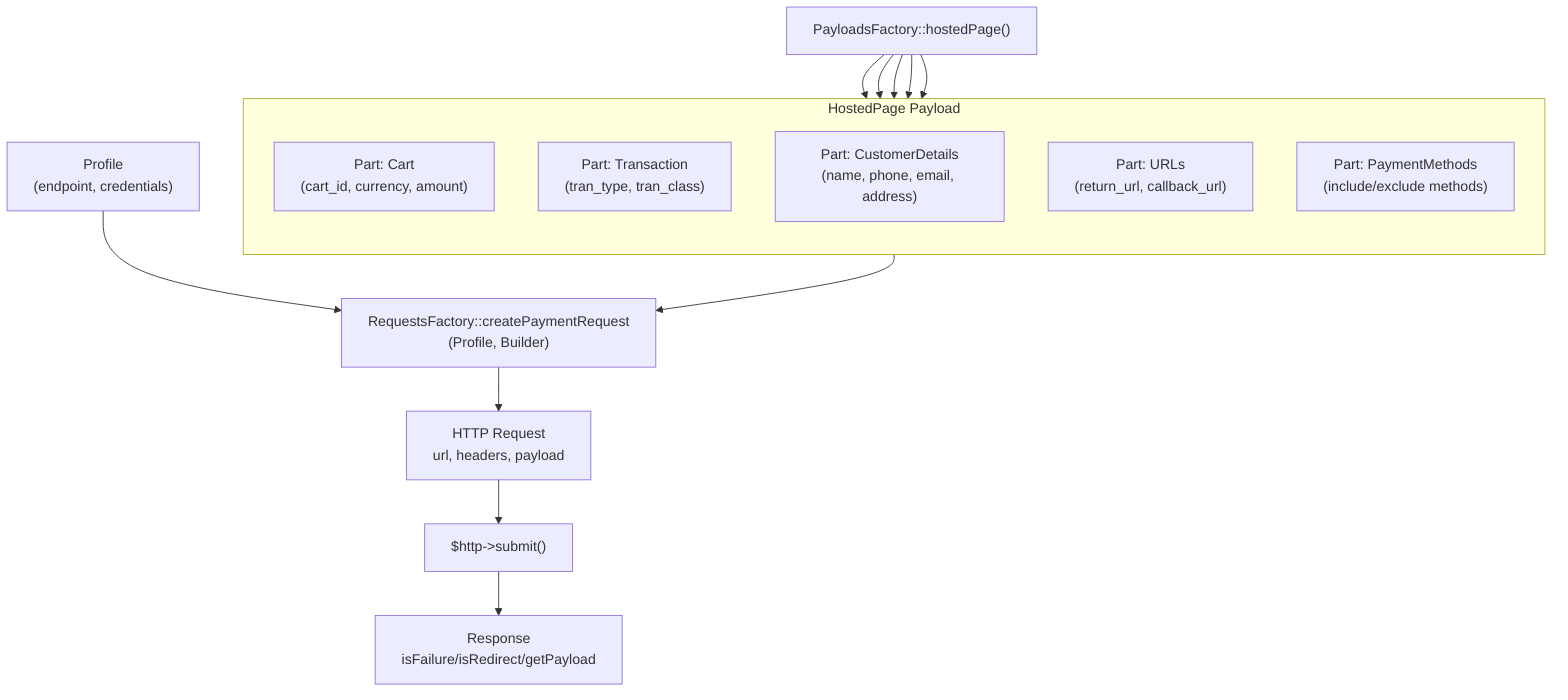
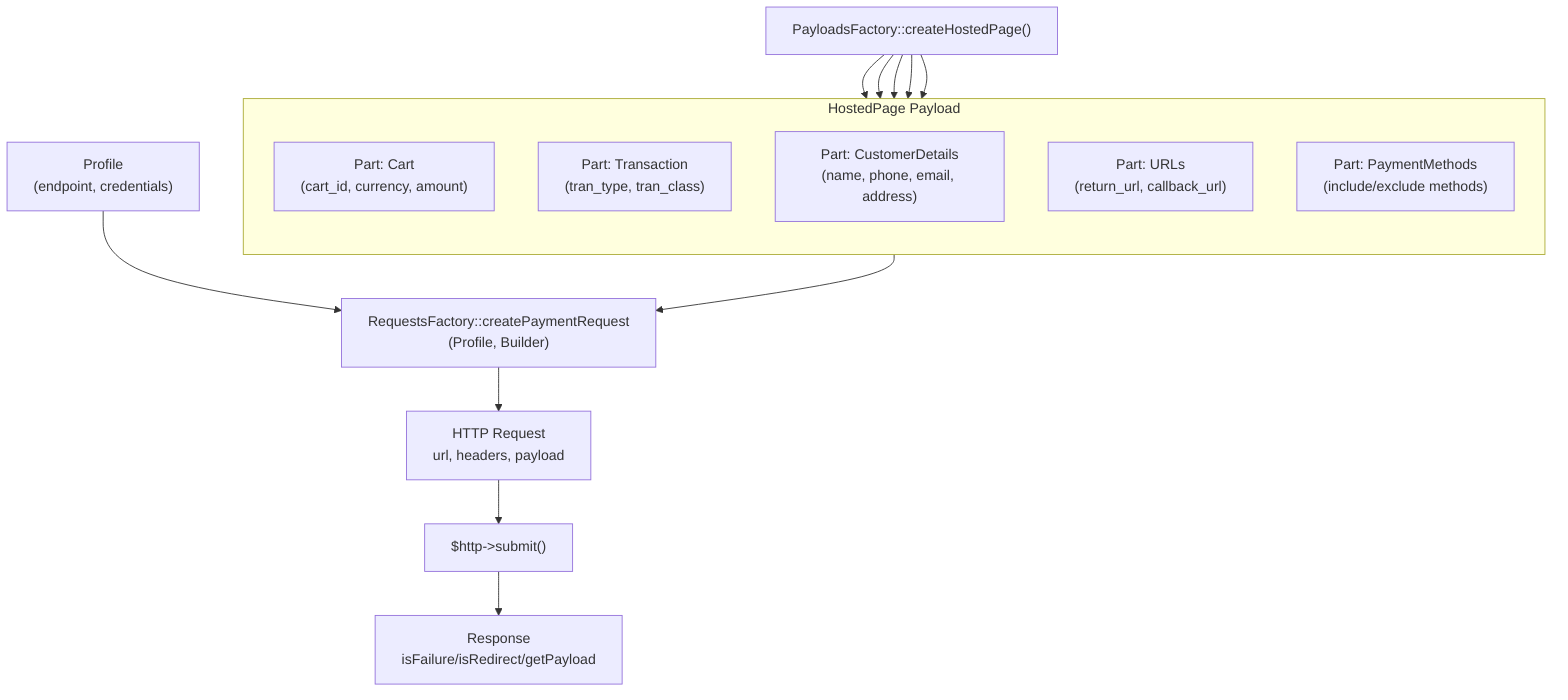
%% PaymentRequest Composition Diagram
%% Shows how multiple Parts assemble into a HostedPage Payload

graph TD
-     Factory["PayloadsFactory::hostedPage()"]
+     Factory["PayloadsFactory::createHostedPage()"]

    subgraph HostedPage["HostedPage Payload"]
        direction TB
        Cart["Part: Cart<br/>(cart_id, currency, amount)"]
        Transaction["Part: Transaction<br/>(tran_type, tran_class)"]
        CustomerDetails["Part: CustomerDetails<br/>(name, phone, email, address)"]
        URLs["Part: URLs<br/>(return_url, callback_url)"]
        PaymentMethods["Part: PaymentMethods<br/>(include/exclude methods)"]
    end

    Factory --> Cart
    Factory --> Transaction
    Factory --> CustomerDetails
    Factory --> URLs
    Factory --> PaymentMethods

    HostedPage --> Request["RequestsFactory::createPaymentRequest<br/>(Profile, Builder)"]
    Profile["Profile<br/>(endpoint, credentials)"] --> Request

    Request --> HTTP["HTTP Request<br/>url, headers, payload"]
    HTTP --> Submit["$http->submit()"]
    Submit --> Response["Response<br/>isFailure/isRedirect/getPayload"]
